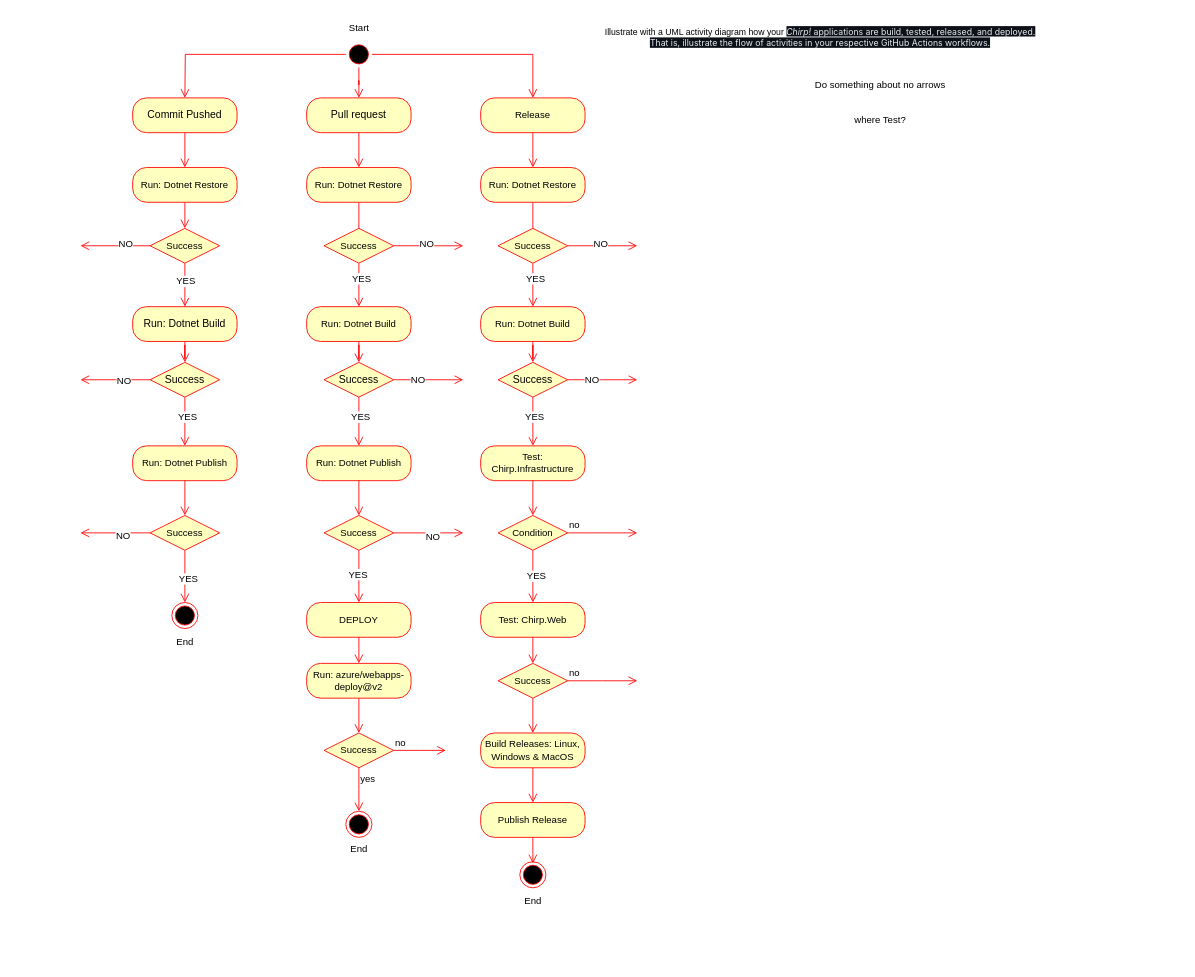
Above: docs/images/BuildTestReleaseDeploy.drawio in ITU-BDSA23-GROUP22/Chirp (draw.io), before the change. Source tidied: cells renumbered, new cells numbered last; positions are measured from the earlier drawing's top-left corner, leaving out a move shared by most shapes. Both pictures are drawn from the tidied source at 87%, with x=0, y=0 at pixel (80, 15).
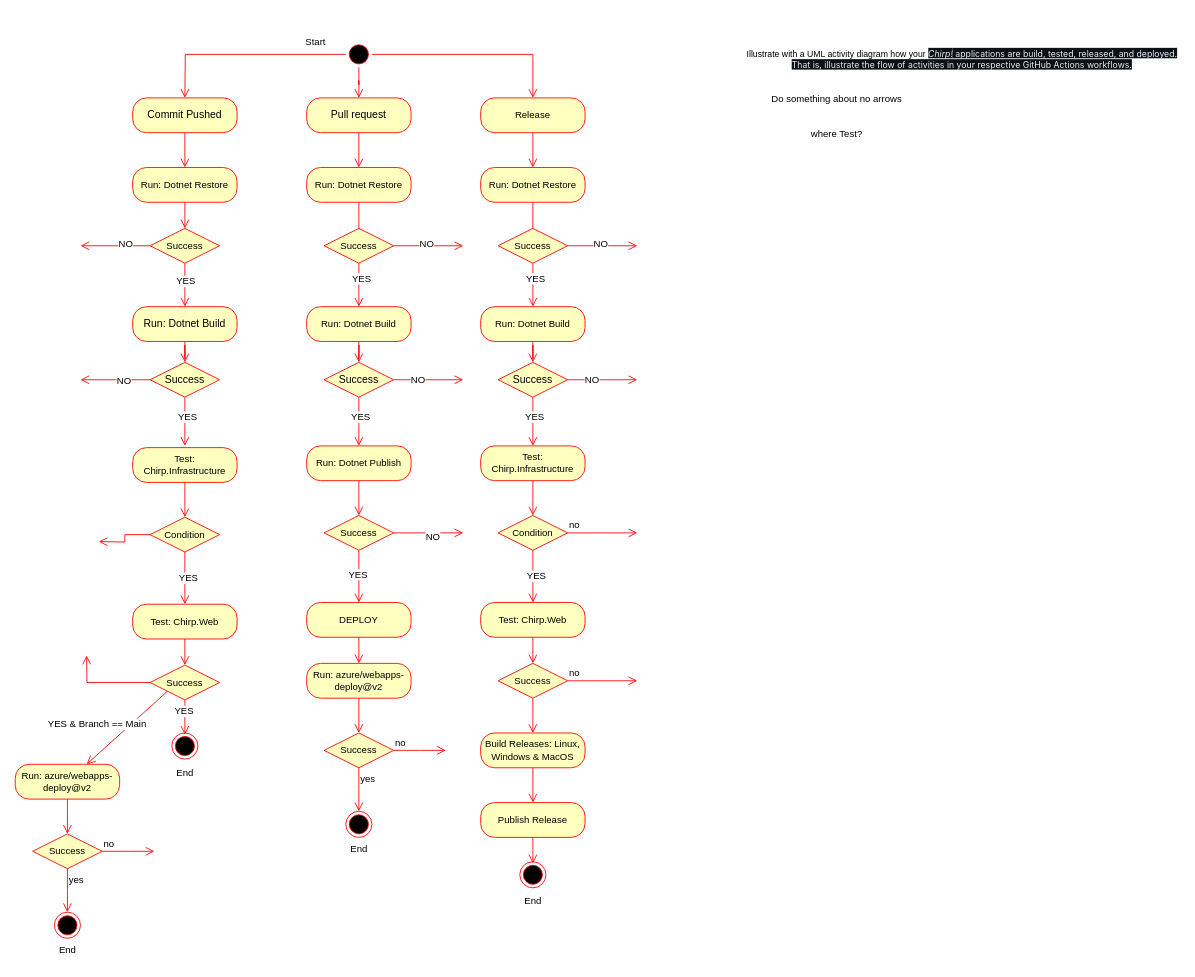
The same page after the edit.

Diff of the diagram source:
```diff
@@
     <mxCell id="2" value="Illustrate with a UML activity diagram how your&amp;nbsp;&lt;em style=&quot;box-sizing: border-box; color: rgb(230, 237, 243); font-family: -apple-system, BlinkMacSystemFont, &amp;quot;Segoe UI&amp;quot;, &amp;quot;Noto Sans&amp;quot;, Helvetica, Arial, sans-serif, &amp;quot;Apple Color Emoji&amp;quot;, &amp;quot;Segoe UI Emoji&amp;quot;; font-size: 10px; text-align: start; background-color: rgb(13, 17, 23);&quot;&gt;Chirp!&lt;/em&gt;&lt;span style=&quot;color: rgb(230, 237, 243); font-family: -apple-system, BlinkMacSystemFont, &amp;quot;Segoe UI&amp;quot;, &amp;quot;Noto Sans&amp;quot;, Helvetica, Arial, sans-serif, &amp;quot;Apple Color Emoji&amp;quot;, &amp;quot;Segoe UI Emoji&amp;quot;; font-size: 10px; text-align: start; background-color: rgb(13, 17, 23);&quot;&gt;&amp;nbsp;applications are build, tested, released, and deployed. &lt;br style=&quot;font-size: 10px;&quot;&gt;That is, illustrate the flow of activities in your respective GitHub Actions workflows.&lt;/span&gt;" style="text;html=1;align=center;verticalAlign=middle;strokeColor=none;fillColor=none;fontSize=10;" parent="1" vertex="1">
-      <mxGeometry x="600" y="5" width="500" height="40" as="geometry" />
+      <mxGeometry x="763" y="30" width="500" height="40" as="geometry" />
     </mxCell>
@@
-    <mxCell id="14" style="ellipse;html=1;shape=endState;fillColor=#000000;strokeColor=#ff0000;fontFamily=Helvetica;fontSize=11;fontColor=default;" parent="1" vertex="1">
-      <mxGeometry x="105" y="675" width="30" height="30" as="geometry" />
-    </mxCell>
@@
     <mxCell id="19" value="Start" style="text;html=1;align=center;verticalAlign=middle;strokeColor=none;fillColor=none;fontSize=11;fontFamily=Helvetica;fontColor=default;" parent="1" vertex="1">
-      <mxGeometry x="295" width="50" height="30" as="geometry" />
+      <mxGeometry x="245" y="16" width="50" height="30" as="geometry" />
     </mxCell>
-    <mxCell id="20" value="End" style="text;html=1;align=center;verticalAlign=middle;points=[];strokeColor=none;fillColor=none;fontSize=11;fontFamily=Helvetica;fontColor=default;" parent="1" vertex="1">
-      <mxGeometry x="100" y="675" width="40" height="30" as="geometry" />
-    </mxCell>
@@
-    <mxCell id="30" style="edgeStyle=orthogonalEdgeStyle;shape=connector;rounded=0;jettySize=auto;html=1;exitX=0.5;exitY=1;exitDx=0;exitDy=0;labelBackgroundColor=default;strokeColor=#ff0000;align=center;verticalAlign=bottom;fontFamily=Helvetica;fontSize=11;fontColor=default;endArrow=open;endSize=8;" parent="1" edge="1" source="31" target="36">
-      <mxGeometry relative="1" as="geometry" />
-    </mxCell>
-    <mxCell id="31" value="Run: Dotnet Publish" style="rounded=1;whiteSpace=wrap;html=1;arcSize=40;fontColor=#000000;fillColor=#ffffc0;strokeColor=#ff0000;fontFamily=Helvetica;fontSize=11;" parent="1" vertex="1">
-      <mxGeometry x="60" y="495" width="120" height="40" as="geometry" />
-    </mxCell>
-    <mxCell id="32" style="edgeStyle=orthogonalEdgeStyle;shape=connector;rounded=0;jettySize=auto;html=1;exitX=0;exitY=0.5;exitDx=0;exitDy=0;labelBackgroundColor=default;strokeColor=#ff0000;align=center;verticalAlign=bottom;fontFamily=Helvetica;fontSize=11;fontColor=default;endArrow=open;endSize=8;" parent="1" edge="1" source="36">
-      <mxGeometry relative="1" as="geometry">
-        <mxPoint y="595" as="targetPoint" />
-      </mxGeometry>
-    </mxCell>
-    <mxCell id="33" value="NO" style="edgeLabel;html=1;align=center;verticalAlign=middle;fontSize=11;fontFamily=Helvetica;fontColor=default;" parent="32" vertex="1">
-      <mxGeometry x="-0.2" y="2" relative="1" as="geometry" />
-    </mxCell>
-    <mxCell id="34" style="edgeStyle=orthogonalEdgeStyle;shape=connector;rounded=0;jettySize=auto;html=1;exitX=0.5;exitY=1;exitDx=0;exitDy=0;labelBackgroundColor=default;strokeColor=#ff0000;align=center;verticalAlign=bottom;fontFamily=Helvetica;fontSize=11;fontColor=default;endArrow=open;endSize=8;" parent="1" edge="1" source="36" target="20">
-      <mxGeometry relative="1" as="geometry" />
-    </mxCell>
-    <mxCell id="35" value="YES" style="edgeLabel;html=1;align=center;verticalAlign=middle;fontSize=11;fontFamily=Helvetica;fontColor=default;" parent="34" vertex="1">
-      <mxGeometry x="0.07" y="3" relative="1" as="geometry" />
-    </mxCell>
-    <mxCell id="36" value="Success" style="rhombus;whiteSpace=wrap;html=1;fontColor=#000000;fillColor=#ffffc0;strokeColor=#ff0000;fontFamily=Helvetica;fontSize=11;" parent="1" vertex="1">
-      <mxGeometry x="80" y="575" width="80" height="40" as="geometry" />
-    </mxCell>
@@
-    <mxCell id="65" value="End" style="text;html=1;align=center;verticalAlign=middle;strokeColor=none;fillColor=none;fontSize=11;fontFamily=Helvetica;fontColor=default;" parent="1" vertex="1">
-      <mxGeometry x="100" y="705" width="40" height="30" as="geometry" />
-    </mxCell>
@@
     <mxCell id="99" value="Do something about no arrows&lt;br&gt;&lt;br&gt;&lt;br&gt;where Test?" style="text;html=1;align=center;verticalAlign=middle;strokeColor=none;fillColor=none;fontSize=11;fontFamily=Helvetica;fontColor=default;" parent="1" vertex="1">
-      <mxGeometry x="835" y="67" width="168" height="65" as="geometry" />
+      <mxGeometry x="785" y="83" width="168" height="65" as="geometry" />
     </mxCell>
+    <mxCell id="100" style="edgeStyle=orthogonalEdgeStyle;shape=connector;rounded=0;jettySize=auto;html=1;exitX=0.5;exitY=1;exitDx=0;exitDy=0;labelBackgroundColor=default;strokeColor=#ff0000;align=center;verticalAlign=bottom;fontFamily=Helvetica;fontSize=11;fontColor=default;endArrow=open;endSize=8;" parent="1" edge="1" source="101" target="103">
+      <mxGeometry relative="1" as="geometry" />
+    </mxCell>
+    <mxCell id="101" value="Test: Chirp.Infrastructure" style="rounded=1;whiteSpace=wrap;html=1;arcSize=40;fontColor=#000000;fillColor=#ffffc0;strokeColor=#ff0000;fontFamily=Helvetica;fontSize=11;" parent="1" vertex="1">
+      <mxGeometry x="60" y="497" width="120" height="40" as="geometry" />
+    </mxCell>
+    <mxCell id="102" style="edgeStyle=orthogonalEdgeStyle;shape=connector;rounded=0;jettySize=auto;html=1;exitX=0;exitY=0.5;exitDx=0;exitDy=0;labelBackgroundColor=default;strokeColor=#ff0000;align=center;verticalAlign=bottom;fontFamily=Helvetica;fontSize=11;fontColor=default;endArrow=open;endSize=8;" parent="1" edge="1" source="103">
+      <mxGeometry relative="1" as="geometry">
+        <mxPoint x="21" y="605" as="targetPoint" />
+      </mxGeometry>
+    </mxCell>
+    <mxCell id="103" value="Condition" style="rhombus;whiteSpace=wrap;html=1;fontColor=#000000;fillColor=#ffffc0;strokeColor=#ff0000;fontFamily=Helvetica;fontSize=11;" parent="1" vertex="1">
+      <mxGeometry x="80" y="577" width="80" height="40" as="geometry" />
+    </mxCell>
+    <mxCell id="104" style="edgeStyle=orthogonalEdgeStyle;html=1;align=left;verticalAlign=top;endArrow=open;endSize=8;strokeColor=#ff0000;rounded=0;labelBackgroundColor=default;fontFamily=Helvetica;fontSize=11;fontColor=default;shape=connector;" parent="1" edge="1" source="103">
+      <mxGeometry x="-0.34" y="40" relative="1" as="geometry">
+        <mxPoint x="120" y="677" as="targetPoint" />
+      </mxGeometry>
+    </mxCell>
+    <mxCell id="105" value="YES" style="edgeLabel;html=1;align=center;verticalAlign=middle;fontSize=11;fontFamily=Helvetica;fontColor=default;" parent="104" vertex="1">
+      <mxGeometry x="0.01" y="3" relative="1" as="geometry">
+        <mxPoint y="-1" as="offset" />
+      </mxGeometry>
+    </mxCell>
+    <mxCell id="106" value="Test: Chirp.Web" style="rounded=1;whiteSpace=wrap;html=1;arcSize=40;fontColor=#000000;fillColor=#ffffc0;strokeColor=#ff0000;fontFamily=Helvetica;fontSize=11;" parent="1" vertex="1">
+      <mxGeometry x="60" y="677" width="120" height="40" as="geometry" />
+    </mxCell>
+    <mxCell id="107" style="edgeStyle=orthogonalEdgeStyle;html=1;verticalAlign=bottom;endArrow=open;endSize=8;strokeColor=#ff0000;rounded=0;labelBackgroundColor=default;align=center;fontFamily=Helvetica;fontSize=11;fontColor=default;shape=connector;" parent="1" edge="1" source="106">
+      <mxGeometry relative="1" as="geometry">
+        <mxPoint x="120" y="747" as="targetPoint" />
+        <Array as="points">
+          <mxPoint x="120" y="747" />
+          <mxPoint x="121" y="747" />
+        </Array>
+      </mxGeometry>
+    </mxCell>
+    <mxCell id="108" style="edgeStyle=orthogonalEdgeStyle;shape=connector;rounded=0;jettySize=auto;html=1;exitX=0.5;exitY=1;exitDx=0;exitDy=0;labelBackgroundColor=default;strokeColor=#ff0000;align=center;verticalAlign=bottom;fontFamily=Helvetica;fontSize=11;fontColor=default;endArrow=open;endSize=8;" parent="1" edge="1" source="113">
+      <mxGeometry relative="1" as="geometry">
+        <mxPoint x="120" y="827" as="targetPoint" />
+      </mxGeometry>
+    </mxCell>
+    <mxCell id="109" value="YES" style="edgeLabel;html=1;align=center;verticalAlign=middle;fontSize=11;fontFamily=Helvetica;fontColor=default;" parent="108" vertex="1">
+      <mxGeometry x="-0.41" y="-2" relative="1" as="geometry" />
+    </mxCell>
+    <mxCell id="110" style="edgeStyle=orthogonalEdgeStyle;shape=connector;rounded=0;jettySize=auto;html=1;exitX=0;exitY=0.5;exitDx=0;exitDy=0;labelBackgroundColor=default;strokeColor=#ff0000;align=center;verticalAlign=bottom;fontFamily=Helvetica;fontSize=11;fontColor=default;endArrow=open;endSize=8;" parent="1" edge="1" source="113">
+      <mxGeometry relative="1" as="geometry">
+        <mxPoint x="7" y="736" as="targetPoint" />
+      </mxGeometry>
+    </mxCell>
+    <mxCell id="111" style="shape=connector;rounded=0;jettySize=auto;html=1;exitX=0;exitY=1;exitDx=0;exitDy=0;labelBackgroundColor=default;strokeColor=#ff0000;align=center;verticalAlign=bottom;fontFamily=Helvetica;fontSize=11;fontColor=default;endArrow=open;endSize=8;" parent="1" edge="1" source="113" target="117">
+      <mxGeometry relative="1" as="geometry" />
+    </mxCell>
+    <mxCell id="112" value="YES &amp;amp; Branch == Main" style="edgeLabel;html=1;align=center;verticalAlign=middle;fontSize=11;fontFamily=Helvetica;fontColor=default;" parent="111" vertex="1">
+      <mxGeometry x="-0.09" y="2" relative="1" as="geometry">
+        <mxPoint x="-41" y="-2" as="offset" />
+      </mxGeometry>
+    </mxCell>
+    <mxCell id="113" value="Success" style="rhombus;whiteSpace=wrap;html=1;fontColor=#000000;fillColor=#ffffc0;strokeColor=#ff0000;fontFamily=Helvetica;fontSize=11;" parent="1" vertex="1">
+      <mxGeometry x="80" y="747" width="80" height="40" as="geometry" />
+    </mxCell>
+    <mxCell id="114" style="ellipse;html=1;shape=endState;fillColor=#000000;strokeColor=#ff0000;" parent="1" vertex="1">
+      <mxGeometry x="105" y="825" width="30" height="30" as="geometry" />
+    </mxCell>
+    <mxCell id="115" value="End" style="text;html=1;align=center;verticalAlign=middle;strokeColor=none;fillColor=none;fontSize=11;fontFamily=Helvetica;fontColor=default;" parent="1" vertex="1">
+      <mxGeometry x="101" y="858" width="38" height="25" as="geometry" />
+    </mxCell>
+    <mxCell id="116" style="edgeStyle=orthogonalEdgeStyle;shape=connector;rounded=0;jettySize=auto;html=1;exitX=0.5;exitY=1;exitDx=0;exitDy=0;labelBackgroundColor=default;strokeColor=#ff0000;align=center;verticalAlign=bottom;fontFamily=Helvetica;fontSize=11;fontColor=default;endArrow=open;endSize=8;" parent="1" edge="1" source="117" target="118">
+      <mxGeometry relative="1" as="geometry" />
+    </mxCell>
+    <mxCell id="117" value="Run: azure/webapps-deploy@v2" style="rounded=1;whiteSpace=wrap;html=1;arcSize=40;fontColor=#000000;fillColor=#ffffc0;strokeColor=#ff0000;fontFamily=Helvetica;fontSize=11;" parent="1" vertex="1">
+      <mxGeometry x="-75" y="861" width="120" height="40" as="geometry" />
+    </mxCell>
+    <mxCell id="118" value="Success" style="rhombus;whiteSpace=wrap;html=1;fontColor=#000000;fillColor=#ffffc0;strokeColor=#ff0000;fontFamily=Helvetica;fontSize=11;" parent="1" vertex="1">
+      <mxGeometry x="-55" y="941" width="80" height="40" as="geometry" />
+    </mxCell>
+    <mxCell id="119" value="no" style="edgeStyle=orthogonalEdgeStyle;html=1;align=left;verticalAlign=bottom;endArrow=open;endSize=8;strokeColor=#ff0000;rounded=0;labelBackgroundColor=default;fontFamily=Helvetica;fontSize=11;fontColor=default;shape=connector;" parent="1" edge="1" source="118">
+      <mxGeometry x="-1" relative="1" as="geometry">
+        <mxPoint x="85" y="961" as="targetPoint" />
+      </mxGeometry>
+    </mxCell>
+    <mxCell id="120" value="yes" style="edgeStyle=orthogonalEdgeStyle;html=1;align=left;verticalAlign=top;endArrow=open;endSize=8;strokeColor=#ff0000;rounded=0;labelBackgroundColor=default;fontFamily=Helvetica;fontSize=11;fontColor=default;shape=connector;" parent="1" edge="1" source="118">
+      <mxGeometry x="-1" relative="1" as="geometry">
+        <mxPoint x="-15" y="1031" as="targetPoint" />
+      </mxGeometry>
+    </mxCell>
+    <mxCell id="121" style="ellipse;html=1;shape=endState;fillColor=#000000;strokeColor=#ff0000;fontFamily=Helvetica;fontSize=11;fontColor=default;" parent="1" vertex="1">
+      <mxGeometry x="-30" y="1031" width="30" height="30" as="geometry" />
+    </mxCell>
+    <mxCell id="122" value="End" style="text;html=1;align=center;verticalAlign=middle;strokeColor=none;fillColor=none;fontSize=11;fontFamily=Helvetica;fontColor=default;" parent="1" vertex="1">
+      <mxGeometry x="-35" y="1059" width="40" height="30" as="geometry" />
+    </mxCell>
```
